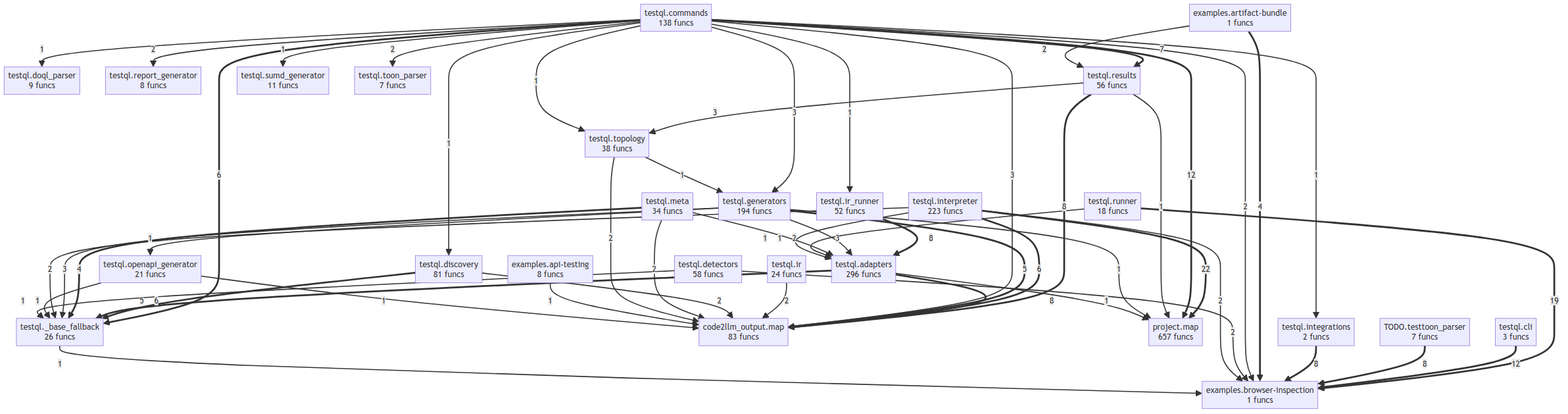
Before: project/compact_flow.png, a diagram exported from Mermaid (oqlos/testql). Its source is kept beside it as project/compact_flow.mmd.
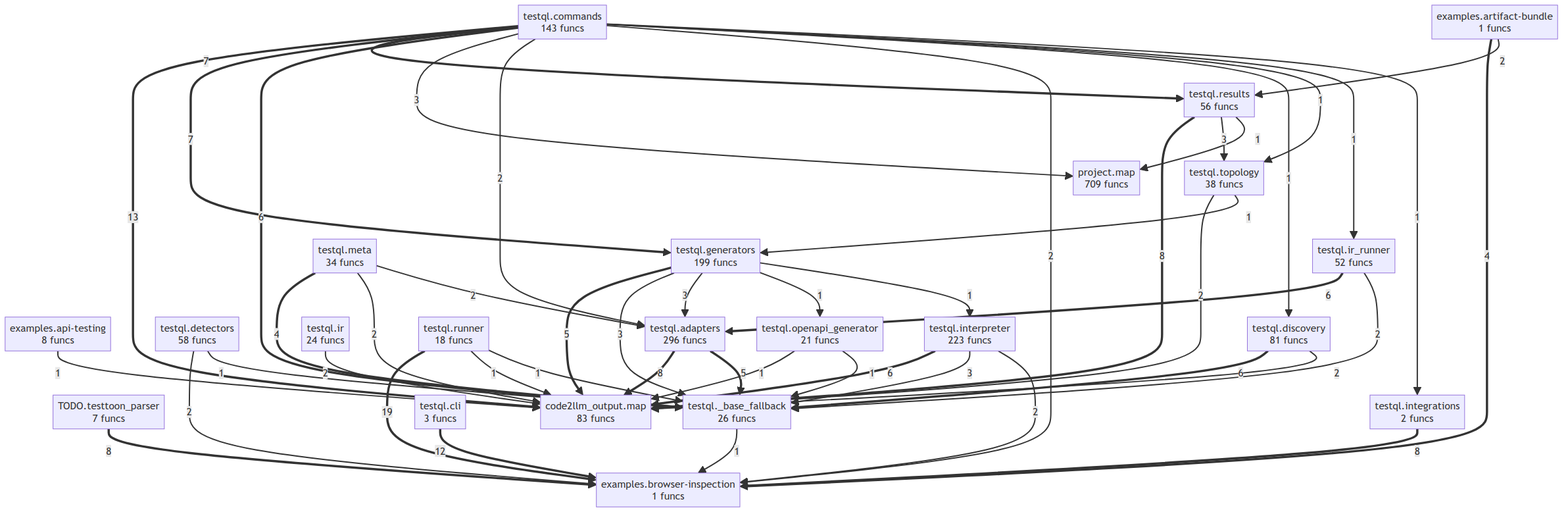
After the change.

Diff of the diagram source:
```diff
@@ -4,76 +4,68 @@
     examples__api_testing["examples.api-testing<br/>8 funcs"]
     examples__artifact_bundle["examples.artifact-bundle<br/>1 funcs"]
     examples__browser_inspection["examples.browser-inspection<br/>1 funcs"]
-    project__map["project.map<br/>657 funcs"]
+    project__map["project.map<br/>709 funcs"]
     testql___base_fallback["testql._base_fallback<br/>26 funcs"]
     testql__adapters["testql.adapters<br/>296 funcs"]
     testql__cli["testql.cli<br/>3 funcs"]
-    testql__commands["testql.commands<br/>138 funcs"]
+    testql__commands["testql.commands<br/>143 funcs"]
     testql__detectors["testql.detectors<br/>58 funcs"]
     testql__discovery["testql.discovery<br/>81 funcs"]
-    testql__doql_parser["testql.doql_parser<br/>9 funcs"]
-    testql__generators["testql.generators<br/>194 funcs"]
+    testql__generators["testql.generators<br/>199 funcs"]
     testql__integrations["testql.integrations<br/>2 funcs"]
     testql__interpreter["testql.interpreter<br/>223 funcs"]
     testql__ir["testql.ir<br/>24 funcs"]
     testql__ir_runner["testql.ir_runner<br/>52 funcs"]
     testql__meta["testql.meta<br/>34 funcs"]
     testql__openapi_generator["testql.openapi_generator<br/>21 funcs"]
-    testql__report_generator["testql.report_generator<br/>8 funcs"]
     testql__results["testql.results<br/>56 funcs"]
     testql__runner["testql.runner<br/>18 funcs"]
-    testql__sumd_generator["testql.sumd_generator<br/>11 funcs"]
-    testql__toon_parser["testql.toon_parser<br/>7 funcs"]
     testql__topology["testql.topology<br/>38 funcs"]
-    testql__interpreter ==>|22| project__map
     testql__runner ==>|19| examples__browser_inspection
-    testql__commands ==>|12| project__map
+    testql__commands ==>|13| code2llm_output__map
     testql__cli ==>|12| examples__browser_inspection
     TODO__testtoon_parser ==>|8| examples__browser_inspection
     testql__results ==>|8| code2llm_output__map
     testql__adapters ==>|8| code2llm_output__map
     testql__integrations ==>|8| examples__browser_inspection
-    testql__ir_runner ==>|8| testql__adapters
+    testql__commands ==>|7| testql__generators
     testql__commands ==>|7| testql__results
     testql__commands ==>|6| testql___base_fallback
+    testql__interpreter ==>|6| code2llm_output__map
     testql__discovery ==>|6| testql___base_fallback
-    testql__interpreter ==>|6| code2llm_output__map
+    testql__ir_runner ==>|6| testql__adapters
     testql__generators ==>|5| code2llm_output__map
     testql__adapters ==>|5| testql___base_fallback
     examples__artifact_bundle ==>|4| examples__browser_inspection
     testql__meta ==>|4| testql___base_fallback
-    testql__commands -->|3| testql__generators
-    testql__commands -->|3| code2llm_output__map
+    testql__commands -->|3| project__map
+    testql__interpreter -->|3| testql___base_fallback
     testql__results -->|3| testql__topology
     testql__generators -->|3| testql___base_fallback
     testql__generators -->|3| testql__adapters
     examples__artifact_bundle -->|2| testql__results
-    testql__commands -->|2| testql__report_generator
-    testql__commands -->|2| testql__toon_parser
+    testql__commands -->|2| testql__adapters
     testql__commands -->|2| examples__browser_inspection
+    testql__interpreter -->|2| examples__browser_inspection
     testql__ir -->|2| code2llm_output__map
     testql__discovery -->|2| code2llm_output__map
     testql__meta -->|2| code2llm_output__map
     testql__meta -->|2| testql__adapters
     testql__detectors -->|2| examples__browser_inspection
+    testql__ir_runner -->|2| testql___base_fallback
     testql__topology -->|2| code2llm_output__map
-    testql__interpreter -->|2| testql___base_fallback
-    testql__interpreter -->|2| examples__browser_inspection
     examples__api_testing -->|1| code2llm_output__map
-    testql__runner -->|1| testql__adapters
+    testql__runner -->|1| code2llm_output__map
+    testql__runner -->|1| testql___base_fallback
     testql__openapi_generator -->|1| code2llm_output__map
     testql__openapi_generator -->|1| testql___base_fallback
+    testql___base_fallback -->|1| examples__browser_inspection
     testql__commands -->|1| testql__discovery
     testql__commands -->|1| testql__topology
     testql__commands -->|1| testql__ir_runner
-    testql__commands -->|1| testql__doql_parser
-    testql__commands -->|1| testql__sumd_generator
+    testql__commands -->|1| testql__integrations
     testql__results -->|1| project__map
     testql__generators -->|1| testql__openapi_generator
-    testql__generators -->|1| project__map
+    testql__generators -->|1| testql__interpreter
     testql__detectors -->|1| testql___base_fallback
     testql__topology -->|1| testql__generators
-    testql__commands -->|1| testql__integrations
-    testql__adapters -->|1| project__map
-    testql__interpreter -->|1| testql__adapters
-    testql___base_fallback -->|1| examples__browser_inspection
```
